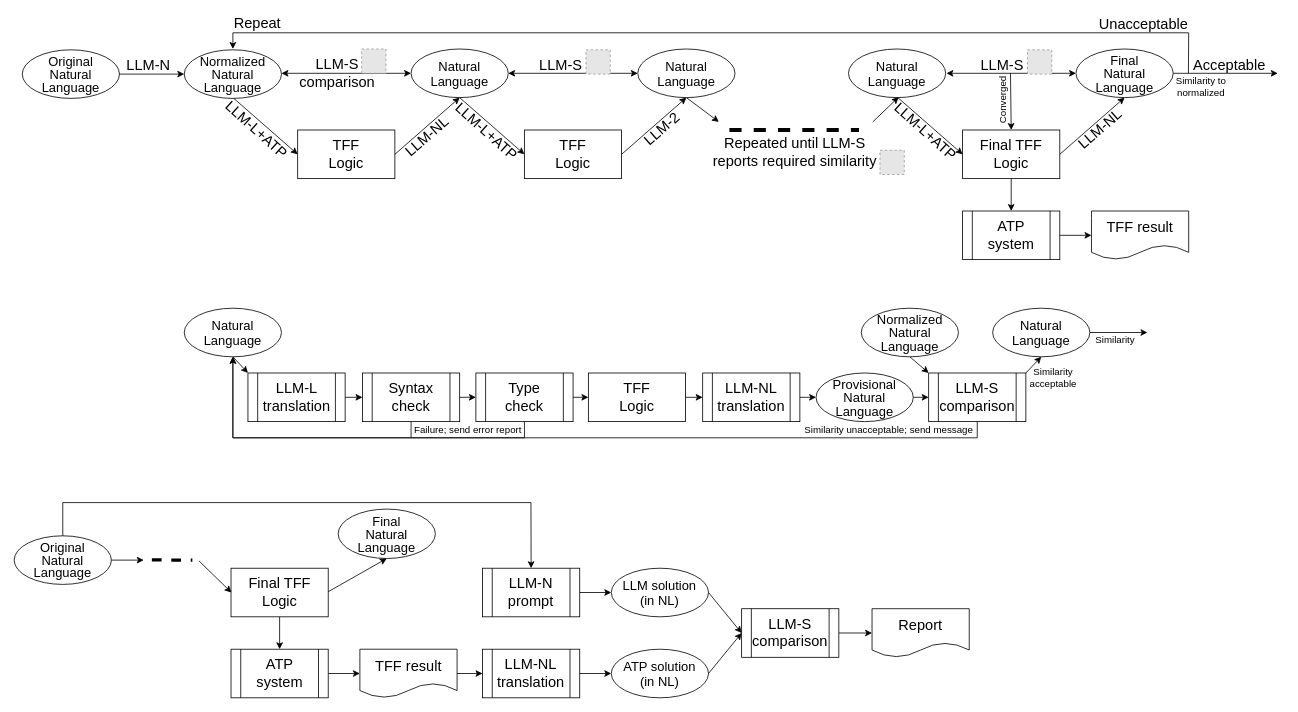
Before: 2026_FLAIRS-39/Architecture.drawio in GeoffsPapers/ShZZaM, a draw.io diagram. Source tidied: cells renumbered, new cells numbered last; positions are measured from the earlier drawing's top-left corner, leaving out a move shared by most shapes. Both pictures are drawn from the tidied source at 81%, with x=0, y=0 at pixel (14, 14). Pictures stored in the file or linked from it are replaced by grey dashed boxes.
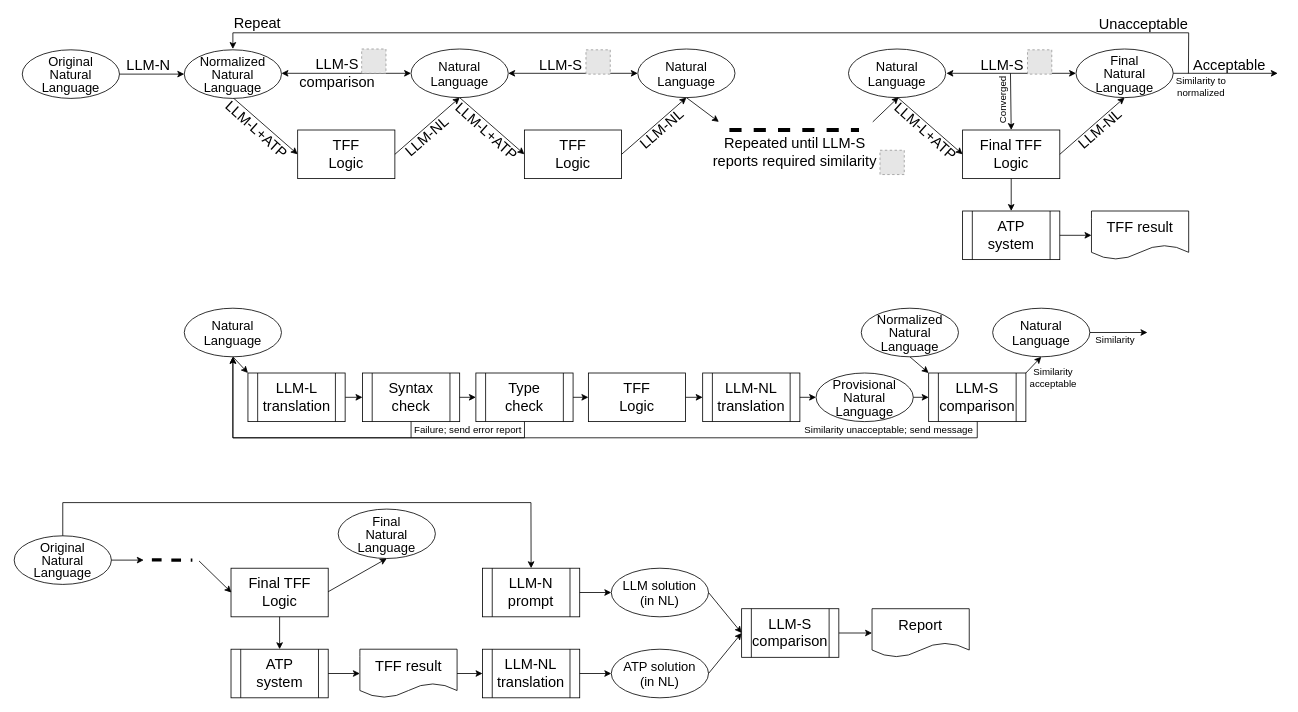
Above is the later version.

The edit, as a diff of the source:
```diff
@@
-    <mxCell id="16" value="&lt;font style=&quot;font-size: 18px;&quot;&gt;LLM-2&lt;/font&gt;" style="text;html=1;whiteSpace=wrap;strokeColor=none;fillColor=none;align=center;verticalAlign=middle;rounded=0;rotation=319;" parent="1" vertex="1">
+    <mxCell id="16" value="&lt;font style=&quot;font-size: 18px;&quot;&gt;LLM-NL&lt;/font&gt;" style="text;html=1;whiteSpace=wrap;strokeColor=none;fillColor=none;align=center;verticalAlign=middle;rounded=0;rotation=319;" parent="1" vertex="1">
       <mxGeometry x="764.9" y="127" width="70" height="30" as="geometry" />
     </mxCell>
```
